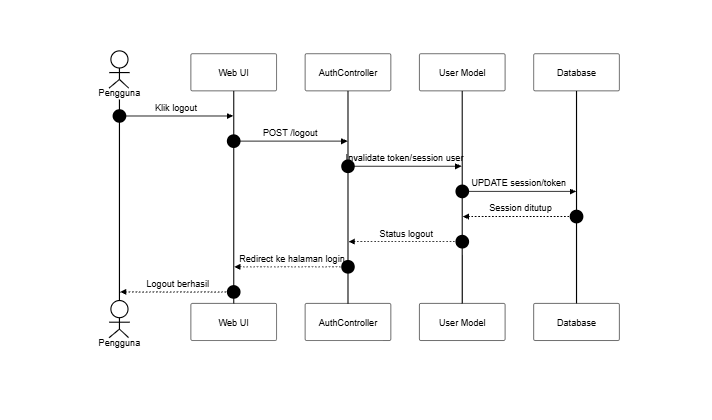
Before: docs/SequenceDiagram/PNG_Transparent/Autentikasi-Logout.png, a diagram exported from Mermaid (SulaimanHafi23/SimpegRSHDI). Its source is kept beside it as docs/SequenceDiagram/Autentikasi-Logout.mermaid. The source it was exported from:
```mermaid
%%{init: {"theme": "base", "themeVariables": {"background": "#dddddd", "primaryColor": "#ffffff", "primaryBorderColor": "#000000", "primaryTextColor": "#000000", "lineColor": "#000000", "textColor": "#000000", "actorBkg": "#ffffff", "actorBorder": "#000000", "actorTextColor": "#000000", "activationBkgColor": "#ffffff", "activationBorderColor": "#000000", "signalColor": "#000000", "signalTextColor": "#000000", "labelBoxBkgColor": "#ffffff", "labelBoxBorderColor": "#000000", "labelTextColor": "#000000", "sequenceNumberColor": "#000000", "noteBkgColor": "#ffffff", "noteBorderColor": "#000000", "noteTextColor": "#000000"}, "sequence": {"useMaxWidth": true, "wrap": true, "messageFontSize": 12, "noteFontSize": 12}}}%%
sequenceDiagram
    autonumber
    actor A as Pengguna
    participant UI as Web UI
    participant C as AuthController
    participant M as User Model
    participant DB as Database

    A->>UI: Klik logout
    UI->>C: POST /logout
    C->>M: Invalidate token/session user
    M->>DB: UPDATE session/token
    DB-->>M: Session ditutup
    M-->>C: Status logout
    C-->>UI: Redirect ke halaman login
    UI-->>A: Logout berhasil
```
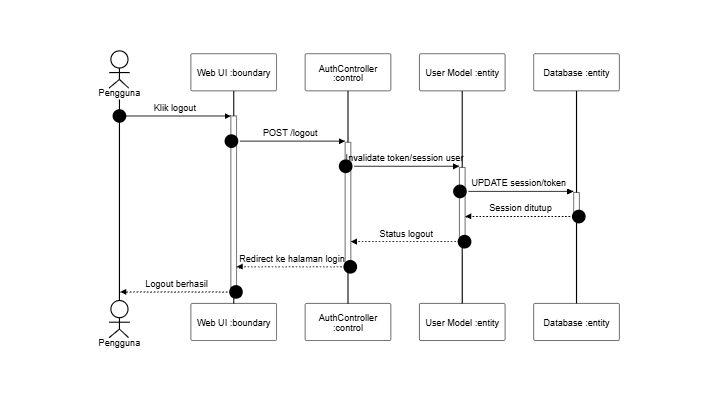
After the change.

Change to the diagram source:
```diff
@@ -2,16 +2,16 @@
 sequenceDiagram
     autonumber
     actor A as Pengguna
-    participant UI as Web UI
-    participant C as AuthController
-    participant M as User Model
-    participant DB as Database
+    participant UI as Web UI :boundary
+    participant C as AuthController :control
+    participant M as User Model :entity
+    participant DB as Database :entity
 
-    A->>UI: Klik logout
-    UI->>C: POST /logout
-    C->>M: Invalidate token/session user
-    M->>DB: UPDATE session/token
-    DB-->>M: Session ditutup
-    M-->>C: Status logout
-    C-->>UI: Redirect ke halaman login
-    UI-->>A: Logout berhasil
+    A->>+UI: Klik logout
+    UI->>+C: POST /logout
+    C->>+M: Invalidate token/session user
+    M->>+DB: UPDATE session/token
+    DB-->>-M: Session ditutup
+    M-->>-C: Status logout
+    C-->>-UI: Redirect ke halaman login
+    UI-->>-A: Logout berhasil
```
